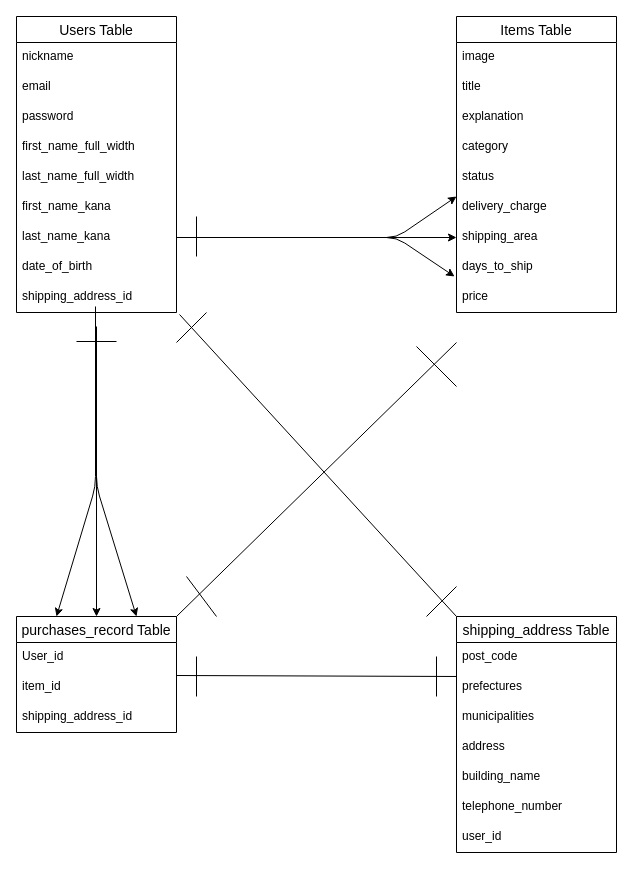
Before: ER.dio in Koki-Nambu/furima-37351, a draw.io diagram. Source tidied: cells renumbered, new cells numbered last; positions are measured from the earlier drawing's top-left corner, leaving out a move shared by most shapes. Both pictures are drawn from the tidied source at 100%, with x=0, y=0 at pixel (16, 16).
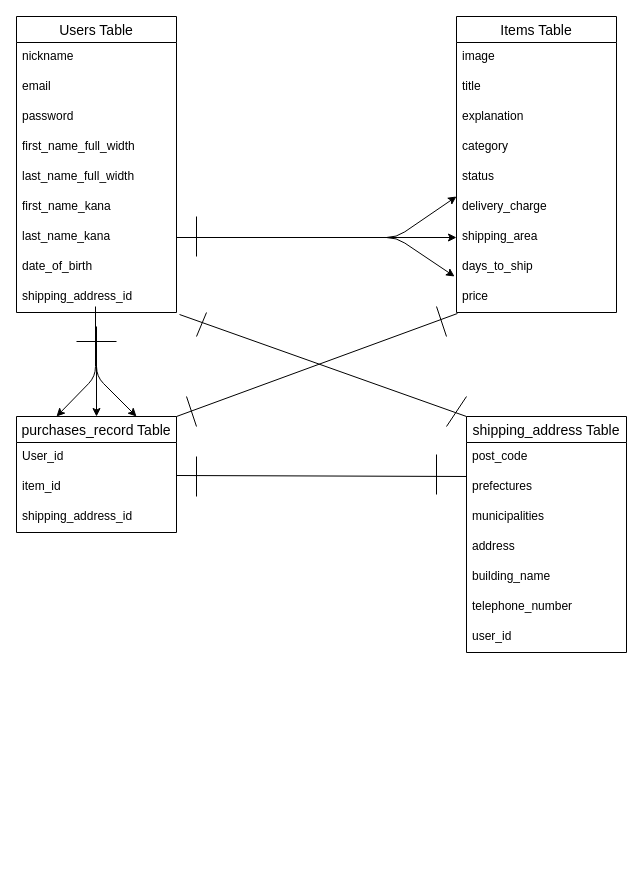
The same diagram, later.

The change refers to these unchanged cells:
```xml
<mxCell id="24" value="price" style="text;strokeColor=none;fillColor=none;spacingLeft=4;spacingRight=4;overflow=hidden;points=[[0,0.5],[1,0.5]];portConstraint=eastwest;fontSize=12;" parent="15" vertex="1">
  <mxGeometry y="266" width="160" height="30" as="geometry" />
</mxCell>
```

Diff of the diagram source:
```diff
@@
     <mxCell id="3" style="edgeStyle=none;html=1;entryX=0.25;entryY=0;entryDx=0;entryDy=0;" parent="1" edge="1" target="29">
       <mxGeometry relative="1" as="geometry">
         <mxPoint x="79" y="290" as="sourcePoint" />
         <Array as="points">
-          <mxPoint x="79" y="470" />
+          <mxPoint x="79" y="360" />
         </Array>
       </mxGeometry>
     </mxCell>
     <mxCell id="4" style="edgeStyle=none;html=1;entryX=0.75;entryY=0;entryDx=0;entryDy=0;" parent="1" edge="1" target="29">
       <mxGeometry relative="1" as="geometry">
         <mxPoint x="80" y="320" as="sourcePoint" />
         <Array as="points">
-          <mxPoint x="80" y="470" />
+          <mxPoint x="80" y="360" />
         </Array>
       </mxGeometry>
     </mxCell>
@@
     <mxCell id="29" value="purchases_record Table" style="swimlane;fontStyle=0;horizontal=1;startSize=26;align=center;fontSize=14;" parent="1" vertex="1">
-      <mxGeometry y="600" width="160" height="116" as="geometry" />
+      <mxGeometry y="400" width="160" height="116" as="geometry" />
     </mxCell>
@@
-    <mxCell id="33" style="endArrow=none;html=1;rounded=0;exitX=1;exitY=0;exitDx=0;exitDy=0;entryX=0;entryY=1;entryDx=0;entryDy=0;entryPerimeter=0;" parent="1" edge="1" source="29">
-      <mxGeometry relative="1" as="geometry">
-        <mxPoint x="440" y="326" as="targetPoint" />
-      </mxGeometry>
+    <mxCell id="33" style="endArrow=none;html=1;rounded=0;exitX=1;exitY=0;exitDx=0;exitDy=0;entryX=0.006;entryY=1.033;entryDx=0;entryDy=0;entryPerimeter=0;" parent="1" edge="1" source="29" target="24">
+      <mxGeometry relative="1" as="geometry" />
     </mxCell>
@@
     <mxCell id="35" style="endArrow=none;html=1;rounded=0;" parent="1" edge="1">
       <mxGeometry relative="1" as="geometry">
-        <mxPoint x="400" y="330" as="sourcePoint" />
-        <mxPoint x="440" y="370" as="targetPoint" />
+        <mxPoint x="420" y="290" as="sourcePoint" />
+        <mxPoint x="430" y="320" as="targetPoint" />
       </mxGeometry>
     </mxCell>
     <mxCell id="36" style="endArrow=none;html=1;rounded=0;" parent="1" edge="1">
       <mxGeometry relative="1" as="geometry">
-        <mxPoint x="170" y="560" as="sourcePoint" />
-        <mxPoint x="200" y="600" as="targetPoint" />
+        <mxPoint x="170" y="380" as="sourcePoint" />
+        <mxPoint x="180" y="410" as="targetPoint" />
       </mxGeometry>
     </mxCell>
     <mxCell id="37" value="shipping_address Table" style="swimlane;fontStyle=0;horizontal=1;startSize=26;align=center;fontSize=14;" parent="1" vertex="1">
-      <mxGeometry x="440" y="600" width="160" height="236" as="geometry" />
+      <mxGeometry x="450" y="400" width="160" height="236" as="geometry" />
     </mxCell>
@@
     <mxCell id="46" style="endArrow=none;html=1;" parent="1" edge="1">
       <mxGeometry relative="1" as="geometry">
-        <mxPoint x="180" y="680" as="sourcePoint" />
-        <mxPoint x="180" y="640" as="targetPoint" />
+        <mxPoint x="180" y="480" as="sourcePoint" />
+        <mxPoint x="180" y="440" as="targetPoint" />
       </mxGeometry>
     </mxCell>
     <mxCell id="47" style="endArrow=none;html=1;" parent="1" edge="1">
       <mxGeometry relative="1" as="geometry">
-        <mxPoint x="420" y="680" as="sourcePoint" />
-        <mxPoint x="420" y="640" as="targetPoint" />
+        <mxPoint x="420" y="478" as="sourcePoint" />
+        <mxPoint x="420" y="438" as="targetPoint" />
       </mxGeometry>
     </mxCell>
@@
     <mxCell id="49" style="endArrow=none;html=1;" parent="1" edge="1">
       <mxGeometry relative="1" as="geometry">
-        <mxPoint x="160" y="326" as="sourcePoint" />
+        <mxPoint x="180" y="320" as="sourcePoint" />
         <mxPoint x="190" y="296" as="targetPoint" />
       </mxGeometry>
     </mxCell>
     <mxCell id="50" style="endArrow=none;html=1;" parent="1" edge="1">
       <mxGeometry relative="1" as="geometry">
-        <mxPoint x="410" y="600" as="sourcePoint" />
-        <mxPoint x="440" y="570" as="targetPoint" />
+        <mxPoint x="430" y="410" as="sourcePoint" />
+        <mxPoint x="450" y="380" as="targetPoint" />
       </mxGeometry>
     </mxCell>
```
